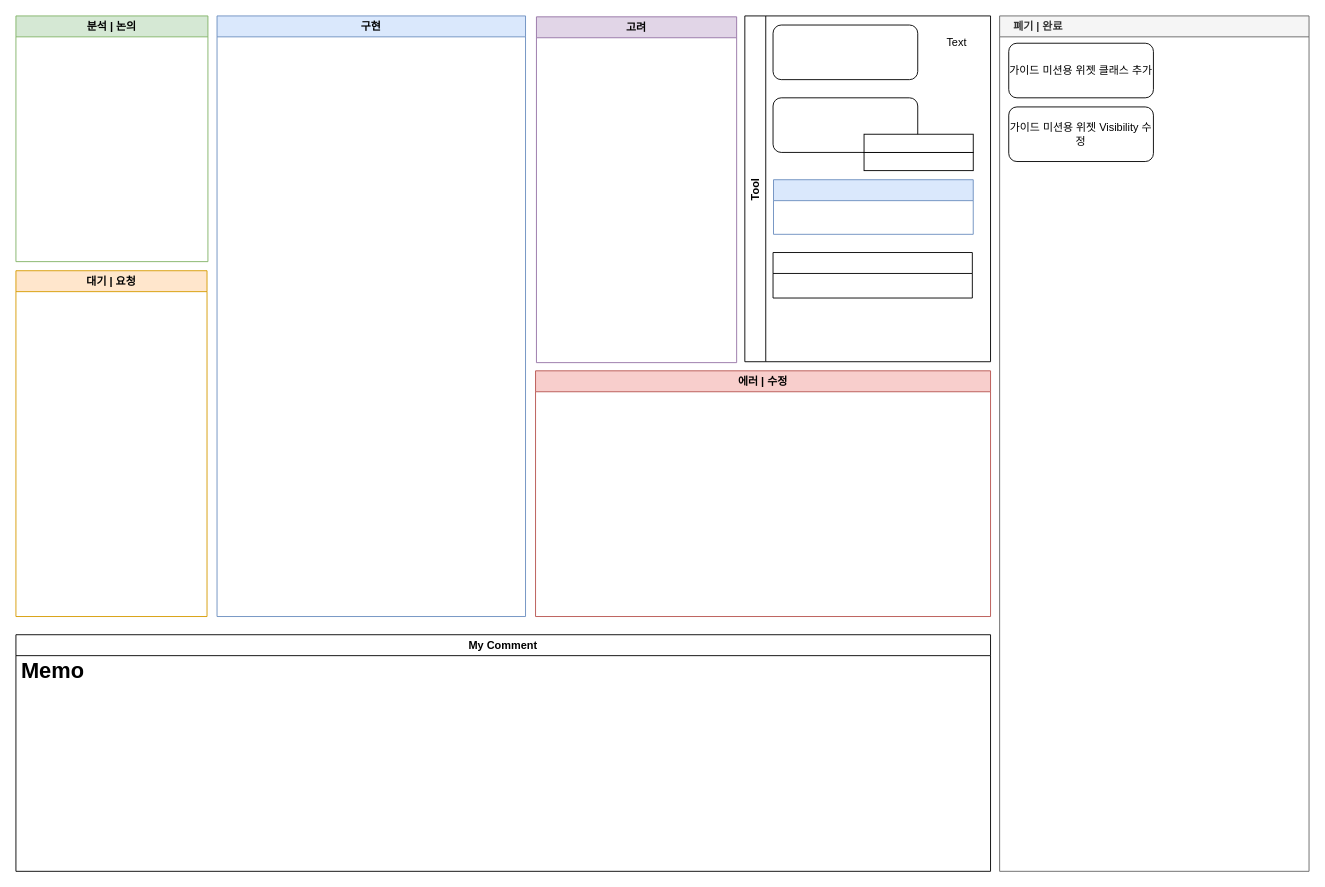
Endorr/Job-Board keeps this draw.io diagram as 가이드미션 진행상황.drawio. Above is the earlier version. Source tidied: cells renumbered, new cells numbered last; positions are measured from the earlier drawing's top-left corner, leaving out a move shared by most shapes. Both pictures are drawn from the tidied source at 91%, with x=0, y=0 at pixel (15, 15).
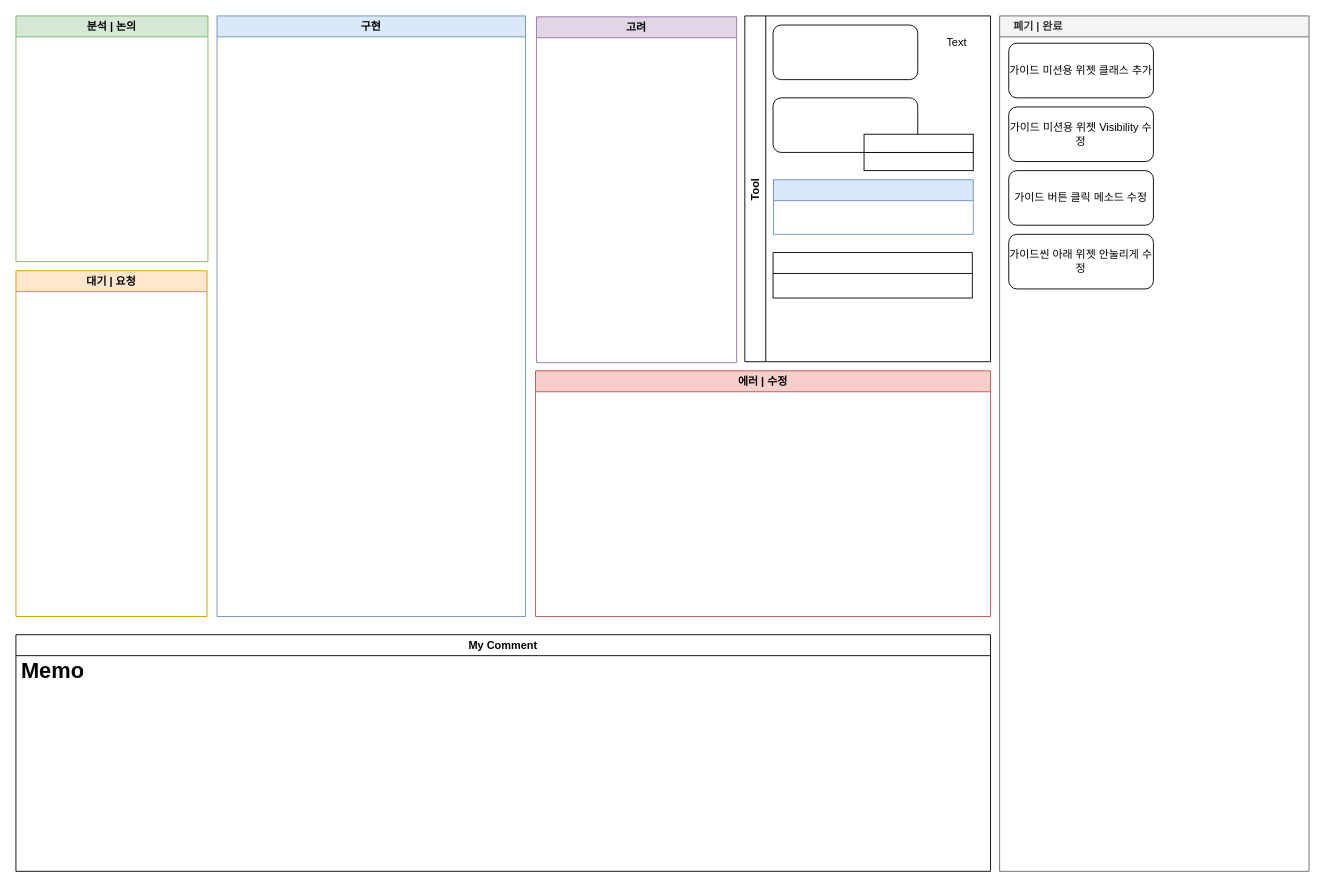
The same page after the edit.

Commit message:
Update 가이드미션 진행상황.drawio

Unchanged cells that the change refers to:
```xml
<mxCell id="7" value="    폐기 | 완료" style="swimlane;strokeColor=#666666;fillColor=#f5f5f5;fontColor=#333333;align=left;" parent="1" vertex="1">
  <mxGeometry x="1081" width="340" height="940" as="geometry" />
</mxCell>
```

Diff of the diagram source:
```diff
@@
+    <mxCell id="21" value="가이드 버튼 클릭 메소드 수정" style="rounded=1;whiteSpace=wrap;html=1;" parent="7" vertex="1">
+      <mxGeometry x="10" y="170" width="159" height="60" as="geometry" />
+    </mxCell>
+    <mxCell id="22" value="가이드씬 아래 위젯 안눌리게 수정" style="rounded=1;whiteSpace=wrap;html=1;" parent="7" vertex="1">
+      <mxGeometry x="10" y="240" width="159" height="60" as="geometry" />
+    </mxCell>
```
